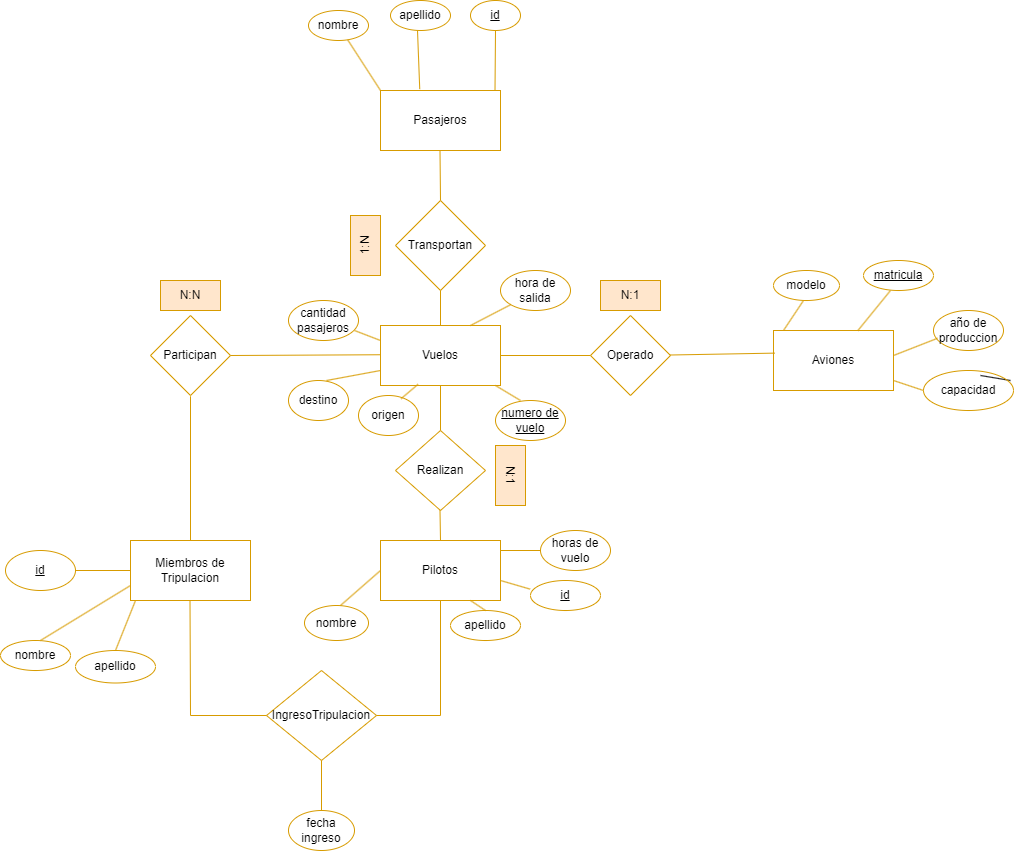
NoeAvalos/Base-de-datos-Compa-ia-aerea keeps this draw.io diagram as Diseño conceptual .drawio.png. Above is the earlier version. Source tidied: cells renumbered, new cells last; positions are measured from the earlier drawing's top-left corner, leaving out a move shared by most shapes.
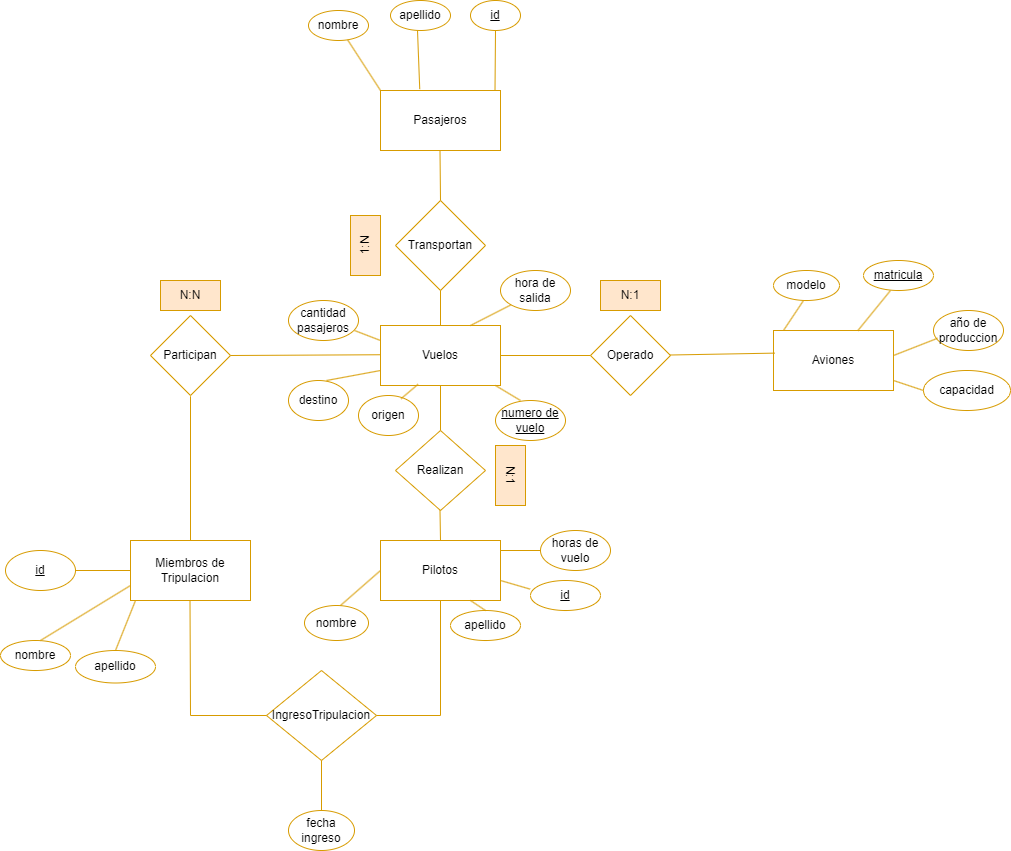
Above is the later version.

The edit, as a diff of the source:
```diff
@@ -29,12 +29,6 @@
     <mxCell id="10" value="Vuelos" style="rounded=0;whiteSpace=wrap;html=1;fillColor=none;strokeColor=#d79b00;" parent="1" vertex="1">
       <mxGeometry x="380" y="325" width="120" height="60" as="geometry" />
     </mxCell>
-    <mxCell id="11" style="endArrow=none;html=1;rounded=0;entryX=0;entryY=0.5;entryDx=0;entryDy=0;" parent="1" edge="1">
-      <mxGeometry relative="1" as="geometry">
-        <mxPoint x="980" y="375" as="sourcePoint" />
-        <mxPoint x="1010" y="380" as="targetPoint" />
-      </mxGeometry>
-    </mxCell>
     <mxCell id="12" style="endArrow=none;html=1;rounded=0;fillColor=#ffe6cc;strokeColor=#d79b00;" parent="1" edge="1" source="25">
       <mxGeometry relative="1" as="geometry">
         <mxPoint x="890" y="290" as="targetPoint" />
@@ -88,7 +82,7 @@
       <mxGeometry x="773" y="330" width="120" height="60" as="geometry" />
     </mxCell>
     <mxCell id="26" value="capacidad" style="ellipse;whiteSpace=wrap;html=1;fillColor=none;strokeColor=#d79b00;" parent="1" vertex="1">
-      <mxGeometry x="923" y="370" width="90" height="40" as="geometry" />
+      <mxGeometry x="923" y="370" width="87" height="40" as="geometry" />
     </mxCell>
     <mxCell id="27" value="matricula" style="ellipse;whiteSpace=wrap;html=1;fontStyle=4;fillColor=none;strokeColor=#d79b00;" parent="1" vertex="1">
       <mxGeometry x="863" y="260" width="70" height="30" as="geometry" />
```
